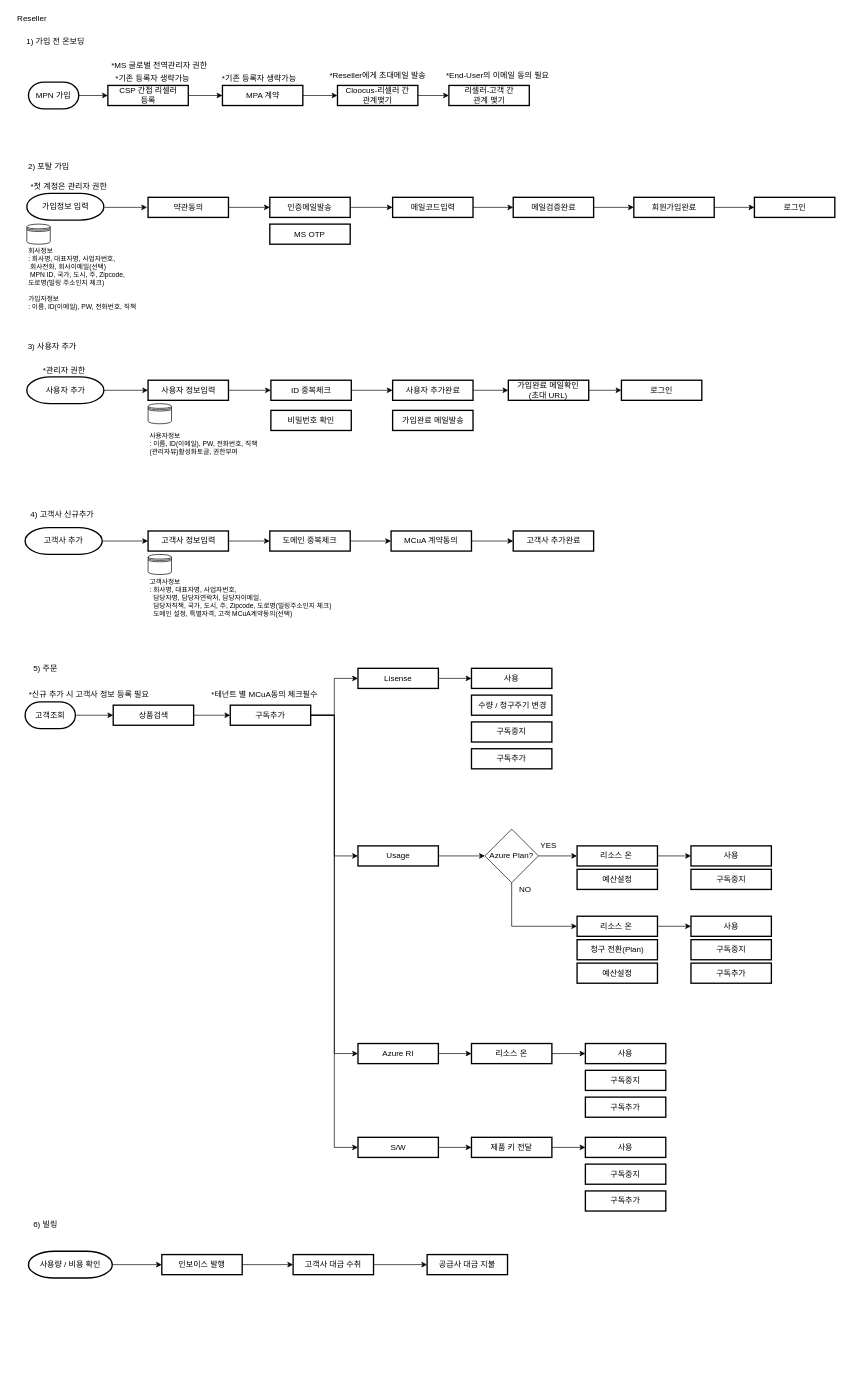
Above: 상품 별 Flow.drawio in Lucidhomme/TIL (draw.io), before the change. Source tidied: cells renumbered, new cells numbered last; positions are measured from the earlier drawing's top-left corner, leaving out a move shared by most shapes. Both pictures are drawn from the tidied source at 67%, with x=0, y=0 at pixel (11, 11).
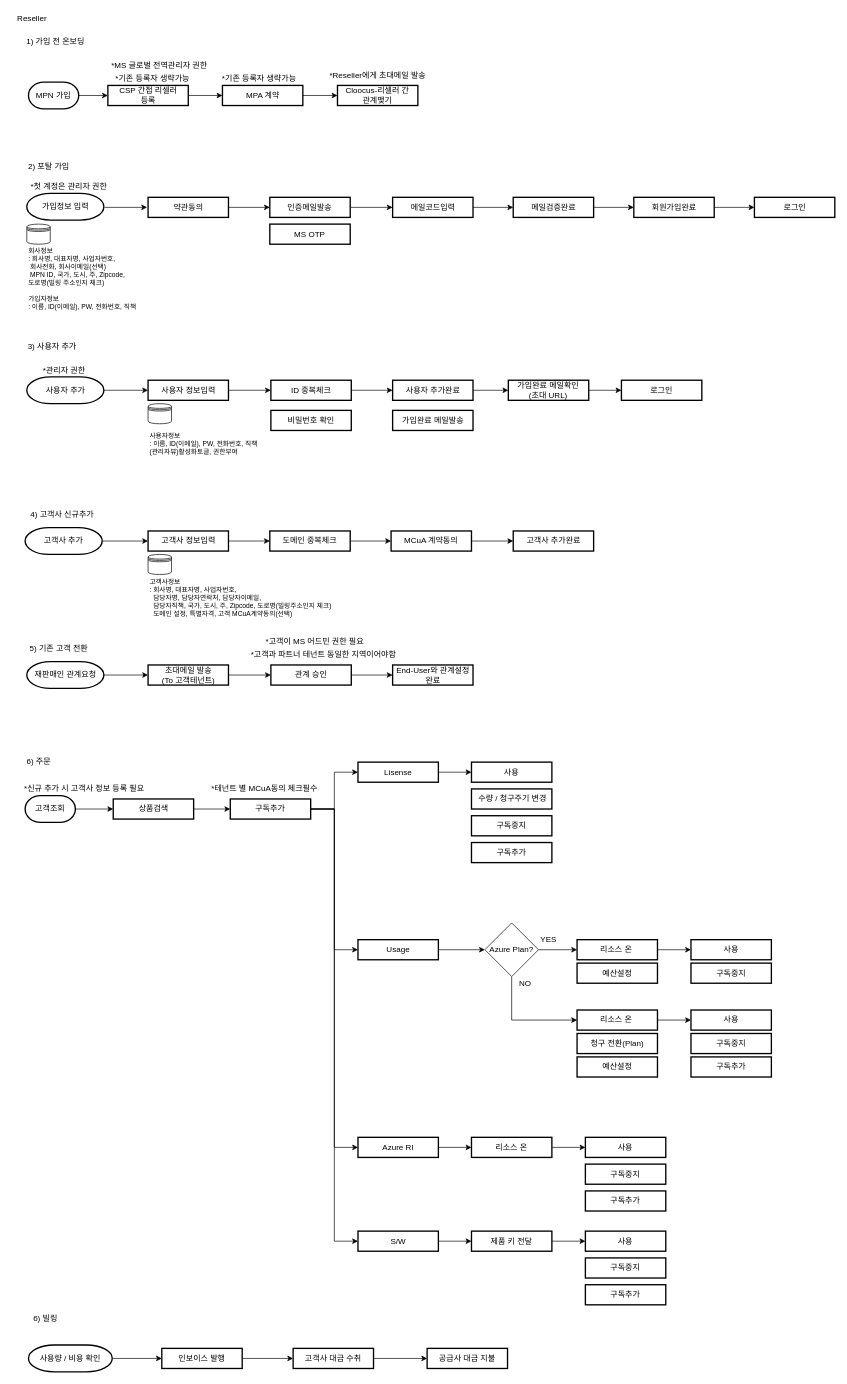
Above is the later version.

Unchanged cells that the change refers to:
```xml
<mxCell id="11" value="Cloocus-리셀러 간&lt;br&gt;관계맺기" style="whiteSpace=wrap;html=1;strokeWidth=2;" parent="1" vertex="1">
  <mxGeometry x="486.2" y="110" width="120" height="30" as="geometry" />
</mxCell>
```

The edit, as a diff of the source:
```diff
@@
-    <mxCell id="3" value="5) 주문" style="text;html=1;align=center;verticalAlign=middle;fillColor=none;strokeColor=none;rounded=0;" parent="1" vertex="1">
-      <mxGeometry x="25" y="970" width="50" height="20" as="geometry" />
+    <mxCell id="3" value="6) 주문" style="text;html=1;align=center;verticalAlign=middle;fillColor=none;strokeColor=none;rounded=0;" parent="1" vertex="1">
+      <mxGeometry x="15" y="1110" width="50" height="20" as="geometry" />
     </mxCell>
@@
     <mxCell id="5" value="6) 빌링" style="text;html=1;align=center;verticalAlign=middle;fillColor=none;strokeColor=none;rounded=0;" parent="1" vertex="1">
-      <mxGeometry x="25" y="1800" width="50" height="20" as="geometry" />
+      <mxGeometry x="25" y="1940" width="50" height="20" as="geometry" />
     </mxCell>
@@
-    <mxCell id="10" style="edgeStyle=orthogonalEdgeStyle;rounded=0;jettySize=auto;html=1;entryX=0;entryY=0.5;entryDx=0;entryDy=0;" parent="1" edge="1" source="11" target="12">
-      <mxGeometry relative="1" as="geometry" />
-    </mxCell>
@@
-    <mxCell id="12" value="리셀러-고객 간&lt;br&gt;관계 맺기" style="whiteSpace=wrap;html=1;strokeWidth=2;" parent="1" vertex="1">
-      <mxGeometry x="652.5" y="110" width="120" height="30" as="geometry" />
-    </mxCell>
@@
-    <mxCell id="17" value="*End-User의 이메일 동의 필요" style="text;html=1;align=center;verticalAlign=middle;fillColor=none;strokeColor=none;rounded=0;" parent="1" vertex="1">
-      <mxGeometry x="635" y="85" width="180" height="20" as="geometry" />
-    </mxCell>
@@
     <mxCell id="25" value="고객조회" style="strokeWidth=2;html=1;shape=mxgraph.flowchart.terminator;whiteSpace=wrap;" parent="1" vertex="1">
-      <mxGeometry x="20" y="1030" width="75" height="40" as="geometry" />
+      <mxGeometry x="20" y="1170" width="75" height="40" as="geometry" />
     </mxCell>
@@
     <mxCell id="31" value="구독추가" style="whiteSpace=wrap;html=1;strokeWidth=2;" parent="1" vertex="1">
-      <mxGeometry x="326.2" y="1035" width="120" height="30" as="geometry" />
+      <mxGeometry x="326.2" y="1175" width="120" height="30" as="geometry" />
     </mxCell>
@@
     <mxCell id="33" value="Lisense" style="whiteSpace=wrap;html=1;strokeWidth=2;" parent="1" vertex="1">
-      <mxGeometry x="516.8" y="980" width="120" height="30" as="geometry" />
+      <mxGeometry x="516.8" y="1120" width="120" height="30" as="geometry" />
     </mxCell>
@@
     <mxCell id="35" value="Usage" style="whiteSpace=wrap;html=1;strokeWidth=2;" parent="1" vertex="1">
-      <mxGeometry x="516.8" y="1245" width="120" height="30" as="geometry" />
+      <mxGeometry x="516.8" y="1385" width="120" height="30" as="geometry" />
     </mxCell>
@@
     <mxCell id="37" value="Azure RI" style="whiteSpace=wrap;html=1;strokeWidth=2;" parent="1" vertex="1">
-      <mxGeometry x="516.8" y="1540" width="120" height="30" as="geometry" />
+      <mxGeometry x="516.8" y="1680" width="120" height="30" as="geometry" />
     </mxCell>
@@
     <mxCell id="39" value="S/W" style="whiteSpace=wrap;html=1;strokeWidth=2;" parent="1" vertex="1">
-      <mxGeometry x="516.8" y="1680" width="120" height="30" as="geometry" />
+      <mxGeometry x="516.8" y="1820" width="120" height="30" as="geometry" />
     </mxCell>
     <mxCell id="40" value="&amp;nbsp;수량 / 청구주기 변경" style="whiteSpace=wrap;html=1;strokeWidth=2;" parent="1" vertex="1">
-      <mxGeometry x="686.2" y="1020" width="120" height="30" as="geometry" />
+      <mxGeometry x="686.2" y="1160" width="120" height="30" as="geometry" />
     </mxCell>
     <mxCell id="41" value="구독중지" style="whiteSpace=wrap;html=1;strokeWidth=2;" parent="1" vertex="1">
-      <mxGeometry x="686.2" y="1060" width="120" height="30" as="geometry" />
+      <mxGeometry x="686.2" y="1200" width="120" height="30" as="geometry" />
     </mxCell>
     <mxCell id="42" value="사용" style="whiteSpace=wrap;html=1;strokeWidth=2;" parent="1" vertex="1">
-      <mxGeometry x="686.2" y="980" width="120" height="30" as="geometry" />
+      <mxGeometry x="686.2" y="1120" width="120" height="30" as="geometry" />
     </mxCell>
     <mxCell id="43" value="구독중지" style="whiteSpace=wrap;html=1;strokeWidth=2;" parent="1" vertex="1">
-      <mxGeometry x="1013.8" y="1280" width="120" height="30" as="geometry" />
+      <mxGeometry x="1013.8" y="1420" width="120" height="30" as="geometry" />
     </mxCell>
     <mxCell id="44" value="청구 전환(Plan)" style="whiteSpace=wrap;html=1;strokeWidth=2;" parent="1" vertex="1">
-      <mxGeometry x="843.8" y="1385" width="120" height="30" as="geometry" />
+      <mxGeometry x="843.8" y="1525" width="120" height="30" as="geometry" />
     </mxCell>
@@
     <mxCell id="46" value="리소스 온&amp;nbsp;" style="whiteSpace=wrap;html=1;strokeWidth=2;" parent="1" vertex="1">
-      <mxGeometry x="843.8" y="1245" width="120" height="30" as="geometry" />
+      <mxGeometry x="843.8" y="1385" width="120" height="30" as="geometry" />
     </mxCell>
     <mxCell id="47" value="구독추가" style="whiteSpace=wrap;html=1;strokeWidth=2;" parent="1" vertex="1">
-      <mxGeometry x="686.2" y="1100" width="120" height="30" as="geometry" />
+      <mxGeometry x="686.2" y="1240" width="120" height="30" as="geometry" />
     </mxCell>
@@
     <mxCell id="49" style="edgeStyle=orthogonalEdgeStyle;rounded=0;jettySize=auto;html=1;entryX=0;entryY=0.5;entryDx=0;entryDy=0;" parent="1" edge="1" source="50" target="56">
       <mxGeometry relative="1" as="geometry">
         <Array as="points">
-          <mxPoint x="746.2" y="1365" />
+          <mxPoint x="746.2" y="1505" />
         </Array>
       </mxGeometry>
     </mxCell>
     <mxCell id="50" value="Azure Plan?" style="rhombus;whiteSpace=wrap;html=1;" parent="1" vertex="1">
-      <mxGeometry x="706.2" y="1220" width="80" height="80" as="geometry" />
+      <mxGeometry x="706.2" y="1360" width="80" height="80" as="geometry" />
     </mxCell>
     <mxCell id="51" value="사용" style="whiteSpace=wrap;html=1;strokeWidth=2;" parent="1" vertex="1">
-      <mxGeometry x="1013.8" y="1245" width="120" height="30" as="geometry" />
+      <mxGeometry x="1013.8" y="1385" width="120" height="30" as="geometry" />
     </mxCell>
     <mxCell id="52" value="YES" style="text;html=1;align=center;verticalAlign=middle;fillColor=none;strokeColor=none;rounded=0;" parent="1" vertex="1">
-      <mxGeometry x="781.2" y="1235" width="40" height="20" as="geometry" />
+      <mxGeometry x="781.2" y="1375" width="40" height="20" as="geometry" />
     </mxCell>
     <mxCell id="53" value="NO" style="text;html=1;align=center;verticalAlign=middle;fillColor=none;strokeColor=none;rounded=0;" parent="1" vertex="1">
-      <mxGeometry x="751.2" y="1300" width="30" height="20" as="geometry" />
+      <mxGeometry x="751.2" y="1440" width="30" height="20" as="geometry" />
     </mxCell>
     <mxCell id="54" value="예산설정" style="whiteSpace=wrap;html=1;strokeWidth=2;" parent="1" vertex="1">
-      <mxGeometry x="843.8" y="1280" width="120" height="30" as="geometry" />
+      <mxGeometry x="843.8" y="1420" width="120" height="30" as="geometry" />
     </mxCell>
@@
     <mxCell id="56" value="리소스 온&amp;nbsp;" style="whiteSpace=wrap;html=1;strokeWidth=2;" parent="1" vertex="1">
-      <mxGeometry x="843.8" y="1350" width="120" height="30" as="geometry" />
+      <mxGeometry x="843.8" y="1490" width="120" height="30" as="geometry" />
     </mxCell>
     <mxCell id="57" value="예산설정" style="whiteSpace=wrap;html=1;strokeWidth=2;" parent="1" vertex="1">
-      <mxGeometry x="843.8" y="1420" width="120" height="30" as="geometry" />
+      <mxGeometry x="843.8" y="1560" width="120" height="30" as="geometry" />
     </mxCell>
     <mxCell id="58" value="구독중지" style="whiteSpace=wrap;html=1;strokeWidth=2;" parent="1" vertex="1">
-      <mxGeometry x="1013.8" y="1385" width="120" height="30" as="geometry" />
+      <mxGeometry x="1013.8" y="1525" width="120" height="30" as="geometry" />
     </mxCell>
     <mxCell id="59" value="사용" style="whiteSpace=wrap;html=1;strokeWidth=2;" parent="1" vertex="1">
-      <mxGeometry x="1013.8" y="1350" width="120" height="30" as="geometry" />
+      <mxGeometry x="1013.8" y="1490" width="120" height="30" as="geometry" />
     </mxCell>
     <mxCell id="60" value="구독추가" style="whiteSpace=wrap;html=1;strokeWidth=2;" parent="1" vertex="1">
-      <mxGeometry x="1013.8" y="1420" width="120" height="30" as="geometry" />
+      <mxGeometry x="1013.8" y="1560" width="120" height="30" as="geometry" />
     </mxCell>
@@
     <mxCell id="62" value="리소스 온" style="whiteSpace=wrap;html=1;strokeWidth=2;" parent="1" vertex="1">
-      <mxGeometry x="686.2" y="1540" width="120" height="30" as="geometry" />
+      <mxGeometry x="686.2" y="1680" width="120" height="30" as="geometry" />
     </mxCell>
     <mxCell id="63" value="사용" style="whiteSpace=wrap;html=1;strokeWidth=2;" parent="1" vertex="1">
-      <mxGeometry x="856.2" y="1540" width="120" height="30" as="geometry" />
+      <mxGeometry x="856.2" y="1680" width="120" height="30" as="geometry" />
     </mxCell>
     <mxCell id="64" value="구독중지" style="whiteSpace=wrap;html=1;strokeWidth=2;" parent="1" vertex="1">
-      <mxGeometry x="856.2" y="1720" width="120" height="30" as="geometry" />
+      <mxGeometry x="856.2" y="1860" width="120" height="30" as="geometry" />
     </mxCell>
     <mxCell id="65" value="사용" style="whiteSpace=wrap;html=1;strokeWidth=2;" parent="1" vertex="1">
-      <mxGeometry x="856.2" y="1680" width="120" height="30" as="geometry" />
+      <mxGeometry x="856.2" y="1820" width="120" height="30" as="geometry" />
     </mxCell>
     <mxCell id="66" value="구독추가" style="whiteSpace=wrap;html=1;strokeWidth=2;" parent="1" vertex="1">
-      <mxGeometry x="856.2" y="1760" width="120" height="30" as="geometry" />
+      <mxGeometry x="856.2" y="1900" width="120" height="30" as="geometry" />
     </mxCell>
@@
     <mxCell id="68" value="제품 키 전달" style="whiteSpace=wrap;html=1;strokeWidth=2;" parent="1" vertex="1">
-      <mxGeometry x="686.2" y="1680" width="120" height="30" as="geometry" />
+      <mxGeometry x="686.2" y="1820" width="120" height="30" as="geometry" />
     </mxCell>
@@
     <mxCell id="70" value="사용량 / 비용 확인" style="strokeWidth=2;html=1;shape=mxgraph.flowchart.terminator;whiteSpace=wrap;" parent="1" vertex="1">
-      <mxGeometry x="25" y="1850" width="125" height="40" as="geometry" />
+      <mxGeometry x="25" y="1990" width="125" height="40" as="geometry" />
     </mxCell>
@@
     <mxCell id="72" value="인보이스 발행" style="whiteSpace=wrap;html=1;strokeWidth=2;" parent="1" vertex="1">
-      <mxGeometry x="224" y="1855" width="120" height="30" as="geometry" />
+      <mxGeometry x="224" y="1995" width="120" height="30" as="geometry" />
     </mxCell>
@@
     <mxCell id="74" value="고객사 대금 수취" style="whiteSpace=wrap;html=1;strokeWidth=2;" parent="1" vertex="1">
-      <mxGeometry x="420" y="1855" width="120" height="30" as="geometry" />
+      <mxGeometry x="420" y="1995" width="120" height="30" as="geometry" />
     </mxCell>
     <mxCell id="75" value="공급사 대금 지불" style="whiteSpace=wrap;html=1;strokeWidth=2;" parent="1" vertex="1">
-      <mxGeometry x="620" y="1855" width="120" height="30" as="geometry" />
+      <mxGeometry x="620" y="1995" width="120" height="30" as="geometry" />
     </mxCell>
@@
     <mxCell id="80" value="상품검색" style="whiteSpace=wrap;html=1;strokeWidth=2;" parent="1" vertex="1">
-      <mxGeometry x="151.5" y="1035" width="120" height="30" as="geometry" />
+      <mxGeometry x="151.5" y="1175" width="120" height="30" as="geometry" />
     </mxCell>
     <mxCell id="81" value="*신규 추가 시 고객사 정보 등록 필요" style="text;html=1;align=center;verticalAlign=middle;fillColor=none;strokeColor=none;rounded=0;" parent="1" vertex="1">
-      <mxGeometry x="10" y="1010" width="210" height="20" as="geometry" />
+      <mxGeometry x="2.5" y="1149" width="210" height="20" as="geometry" />
     </mxCell>
     <mxCell id="82" value="*테넌트 별 MCuA동의 체크필수" style="text;html=1;align=center;verticalAlign=middle;fillColor=none;strokeColor=none;rounded=0;" parent="1" vertex="1">
-      <mxGeometry x="286.5" y="1010" width="180" height="20" as="geometry" />
+      <mxGeometry x="286.5" y="1150" width="180" height="20" as="geometry" />
     </mxCell>
     <mxCell id="83" value="구독중지" style="whiteSpace=wrap;html=1;strokeWidth=2;" parent="1" vertex="1">
-      <mxGeometry x="856.2" y="1580" width="120" height="30" as="geometry" />
+      <mxGeometry x="856.2" y="1720" width="120" height="30" as="geometry" />
     </mxCell>
     <mxCell id="84" value="구독추가" style="whiteSpace=wrap;html=1;strokeWidth=2;" parent="1" vertex="1">
-      <mxGeometry x="856.2" y="1620" width="120" height="30" as="geometry" />
+      <mxGeometry x="856.2" y="1760" width="120" height="30" as="geometry" />
     </mxCell>
@@
+    <mxCell id="124" value="5) 기존 고객 전환" style="text;html=1;align=center;verticalAlign=middle;fillColor=none;strokeColor=none;rounded=0;" parent="1" vertex="1">
+      <mxGeometry x="15" y="940" width="110" height="20" as="geometry" />
+    </mxCell>
+    <mxCell id="125" style="edgeStyle=orthogonalEdgeStyle;rounded=0;jettySize=auto;html=1;entryX=0;entryY=0.5;entryDx=0;entryDy=0;" parent="1" edge="1" source="126" target="128">
+      <mxGeometry relative="1" as="geometry" />
+    </mxCell>
+    <mxCell id="126" value="재판매인 관계요청" style="strokeWidth=2;html=1;shape=mxgraph.flowchart.terminator;whiteSpace=wrap;" parent="1" vertex="1">
+      <mxGeometry x="22.5" y="970" width="115" height="40" as="geometry" />
+    </mxCell>
+    <mxCell id="127" style="edgeStyle=orthogonalEdgeStyle;rounded=0;jettySize=auto;html=1;entryX=0;entryY=0.5;entryDx=0;entryDy=0;" parent="1" edge="1" source="128" target="130">
+      <mxGeometry relative="1" as="geometry" />
+    </mxCell>
+    <mxCell id="128" value="초대메일 발송&lt;br&gt;(To 고객테넌트)" style="whiteSpace=wrap;html=1;strokeWidth=2;" parent="1" vertex="1">
+      <mxGeometry x="203.5" y="975" width="120" height="30" as="geometry" />
+    </mxCell>
+    <mxCell id="129" style="edgeStyle=orthogonalEdgeStyle;rounded=0;jettySize=auto;html=1;entryX=0;entryY=0.5;entryDx=0;entryDy=0;" parent="1" edge="1" source="130" target="132">
+      <mxGeometry relative="1" as="geometry" />
+    </mxCell>
+    <mxCell id="130" value="관계 승인" style="whiteSpace=wrap;html=1;strokeWidth=2;" parent="1" vertex="1">
+      <mxGeometry x="386.8" y="975" width="120" height="30" as="geometry" />
+    </mxCell>
+    <mxCell id="131" value="*고객이 MS 어드민 권한 필요" style="text;html=1;align=center;verticalAlign=middle;fillColor=none;strokeColor=none;rounded=0;" parent="1" vertex="1">
+      <mxGeometry x="366.8" y="930" width="170" height="20" as="geometry" />
+    </mxCell>
+    <mxCell id="132" value="End-User와 관계설정&lt;br&gt;완료" style="whiteSpace=wrap;html=1;strokeWidth=2;" parent="1" vertex="1">
+      <mxGeometry x="568.5" y="975" width="120" height="30" as="geometry" />
+    </mxCell>
+    <mxCell id="133" value="*고객과 파트너 테넌트 동일한 지역이어야함" style="text;html=1;align=center;verticalAlign=middle;fillColor=none;strokeColor=none;rounded=0;" parent="1" vertex="1">
+      <mxGeometry x="340" y="950" width="250" height="20" as="geometry" />
+    </mxCell>
```
